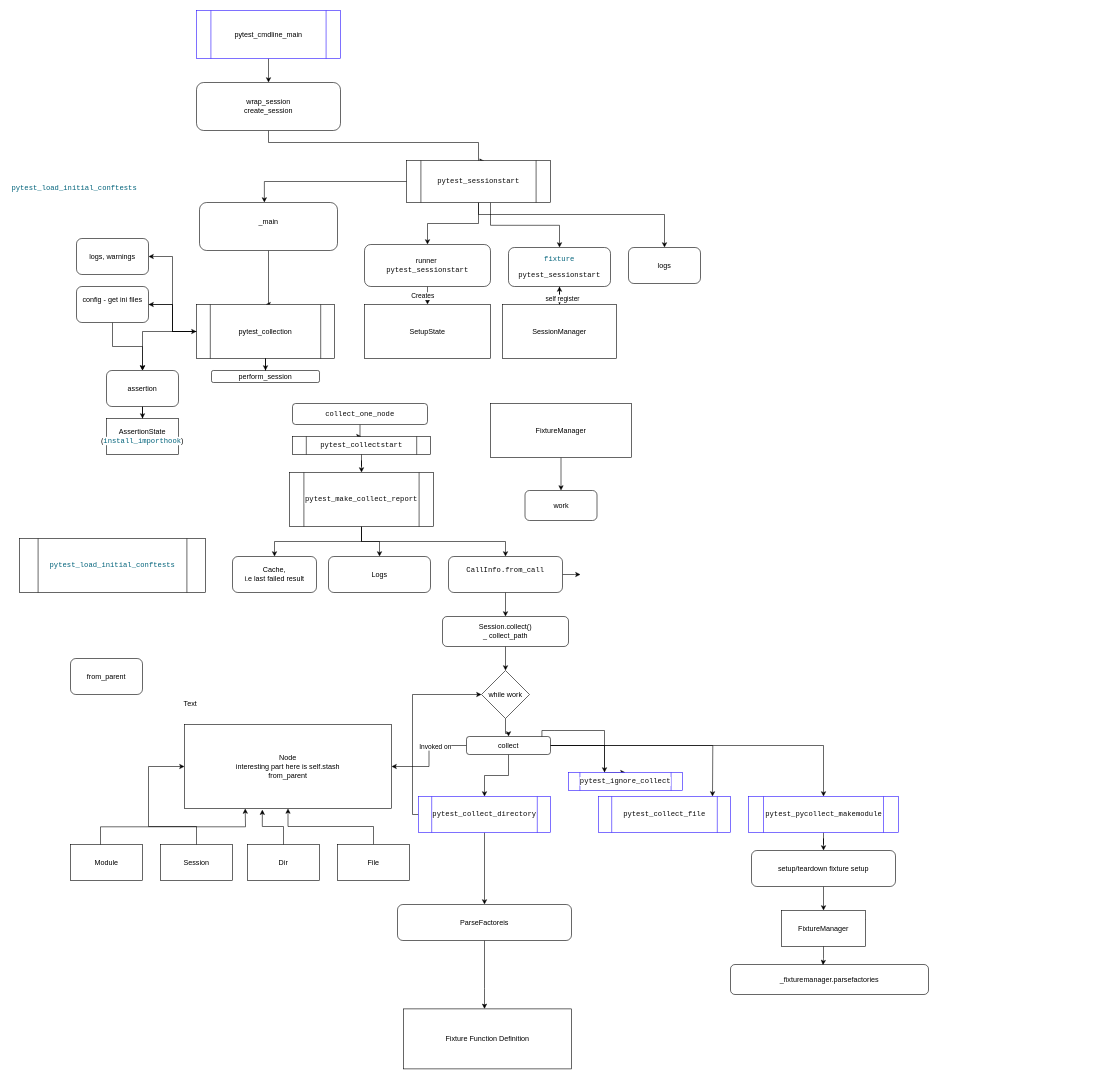
Tusenka/test keeps this draw.io diagram as Диаграмма без названия.drawio. Above is the earlier version. Source tidied: cells renumbered, new cells numbered last; positions are measured from the earlier drawing's top-left corner, leaving out a move shared by most shapes. Both pictures are drawn from the tidied source at 60%, with x=0, y=0 at pixel (10, 10).
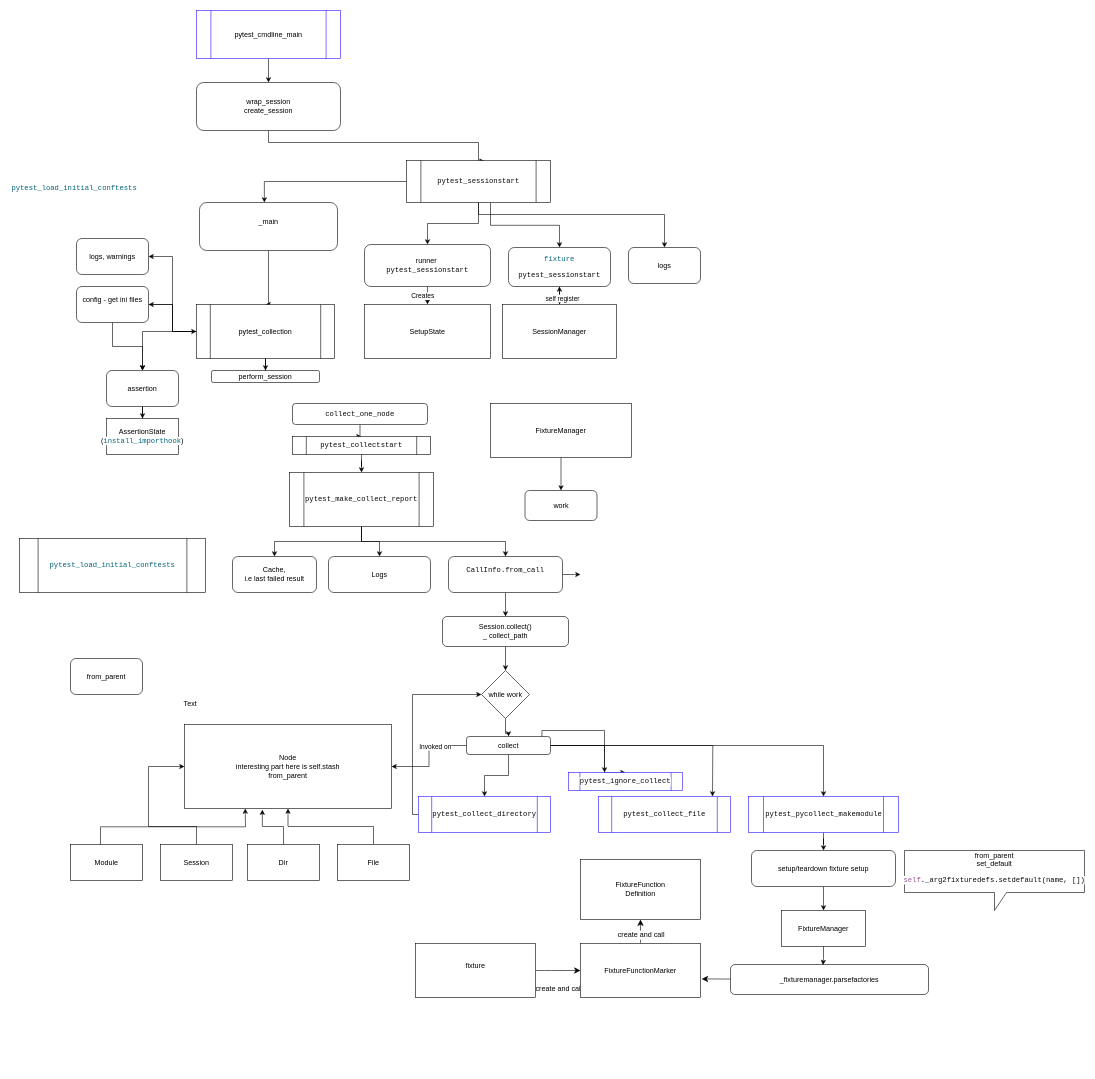
After the change.

The change refers to these unchanged cells:
```xml
<mxCell id="61" value="&lt;div style=&quot;background-color:#ffffff;color:#080808&quot;&gt;&lt;pre style=&quot;font-family:'JetBrains Mono',monospace;font-size:9,0pt;&quot;&gt;pytest_collect_directory&lt;/pre&gt;&lt;/div&gt;" style="shape=process;whiteSpace=wrap;html=1;backgroundOutline=1;strokeColor=#2911FF;" parent="1" vertex="1">
  <mxGeometry x="680" y="1310" width="220" height="60" as="geometry" />
</mxCell>
<mxCell id="86" value="_fixturemanager.parsefactories" style="rounded=1;whiteSpace=wrap;html=1;" parent="1" vertex="1">
  <mxGeometry x="1200" y="1590" width="330" height="50" as="geometry" />
</mxCell>
```

What changed in the source:
```diff
@@
-    <mxCell id="60" style="edgeStyle=orthogonalEdgeStyle;rounded=0;jettySize=auto;html=1;entryX=0.5;entryY=0;entryDx=0;entryDy=0;" parent="1" edge="1" source="61" target="90">
-      <mxGeometry relative="1" as="geometry" />
-    </mxCell>
@@
-    <mxCell id="89" style="edgeStyle=orthogonalEdgeStyle;rounded=0;jettySize=auto;html=1;" parent="1" edge="1" source="90" target="92">
-      <mxGeometry relative="1" as="geometry">
-        <Array as="points">
-          <mxPoint x="790" y="1630" />
-          <mxPoint x="790" y="1630" />
-        </Array>
-      </mxGeometry>
-    </mxCell>
-    <mxCell id="90" value="ParseFactoreis" style="rounded=1;whiteSpace=wrap;html=1;" parent="1" vertex="1">
-      <mxGeometry x="645" y="1490" width="290" height="60" as="geometry" />
-    </mxCell>
@@
-    <mxCell id="92" value="Fixture Function Definition" style="rounded=0;whiteSpace=wrap;html=1;" parent="1" vertex="1">
-      <mxGeometry x="655" y="1664" width="280" height="100" as="geometry" />
-    </mxCell>
+    <mxCell id="93" value="from_parent&lt;div&gt;set_default&lt;/div&gt;&lt;div&gt;&lt;div style=&quot;background-color:#ffffff;color:#080808&quot;&gt;&lt;pre style=&quot;font-family:'JetBrains Mono',monospace;font-size:9,0pt;&quot;&gt;&lt;span style=&quot;color:#94558d;&quot;&gt;self&lt;/span&gt;._arg2fixturedefs.setdefault(&lt;span style=&quot;color:#000000;&quot;&gt;name&lt;/span&gt;, [])&lt;/pre&gt;&lt;/div&gt;&lt;/div&gt;" style="shape=callout;whiteSpace=wrap;html=1;perimeter=calloutPerimeter;" parent="1" vertex="1">
+      <mxGeometry x="1490" y="1400" width="300" height="100" as="geometry" />
+    </mxCell>
+    <mxCell id="94" value="FixtureFunction&lt;div&gt;Definition&lt;/div&gt;" style="rounded=0;whiteSpace=wrap;html=1;" parent="1" vertex="1">
+      <mxGeometry x="950" y="1415" width="200" height="100" as="geometry" />
+    </mxCell>
+    <mxCell id="95" style="edgeStyle=none;curved=1;rounded=0;jettySize=auto;html=1;entryX=0;entryY=0.5;entryDx=0;entryDy=0;fontSize=12;startSize=8;endSize=8;" parent="1" edge="1" source="97" target="100">
+      <mxGeometry relative="1" as="geometry" />
+    </mxCell>
+    <mxCell id="96" value="create and call" style="edgeLabel;html=1;align=center;verticalAlign=middle;fontSize=12;" parent="95" vertex="1">
+      <mxGeometry x="-0.33" y="-1" relative="1" as="geometry">
+        <mxPoint x="13" y="28" as="offset" />
+      </mxGeometry>
+    </mxCell>
+    <mxCell id="97" value="fixture&lt;div&gt;&lt;br&gt;&lt;/div&gt;" style="rounded=0;whiteSpace=wrap;html=1;" parent="1" vertex="1">
+      <mxGeometry x="675" y="1555" width="200" height="90" as="geometry" />
+    </mxCell>
+    <mxCell id="98" style="edgeStyle=none;curved=1;rounded=0;jettySize=auto;html=1;entryX=0.5;entryY=1;entryDx=0;entryDy=0;fontSize=12;startSize=8;endSize=8;" parent="1" edge="1" source="100" target="94">
+      <mxGeometry relative="1" as="geometry" />
+    </mxCell>
+    <mxCell id="99" value="create and call" style="edgeLabel;html=1;align=center;verticalAlign=middle;fontSize=12;" parent="98" vertex="1">
+      <mxGeometry x="-0.25" relative="1" as="geometry" />
+    </mxCell>
+    <mxCell id="100" value="FixtureFunctionMarker" style="rounded=0;whiteSpace=wrap;html=1;" parent="1" vertex="1">
+      <mxGeometry x="950" y="1555" width="200" height="90" as="geometry" />
+    </mxCell>
+    <mxCell id="101" style="edgeStyle=none;curved=1;rounded=0;jettySize=auto;html=1;entryX=1.01;entryY=0.656;entryDx=0;entryDy=0;entryPerimeter=0;fontSize=12;startSize=8;endSize=8;" parent="1" edge="1" source="86" target="100">
+      <mxGeometry relative="1" as="geometry" />
+    </mxCell>
```
